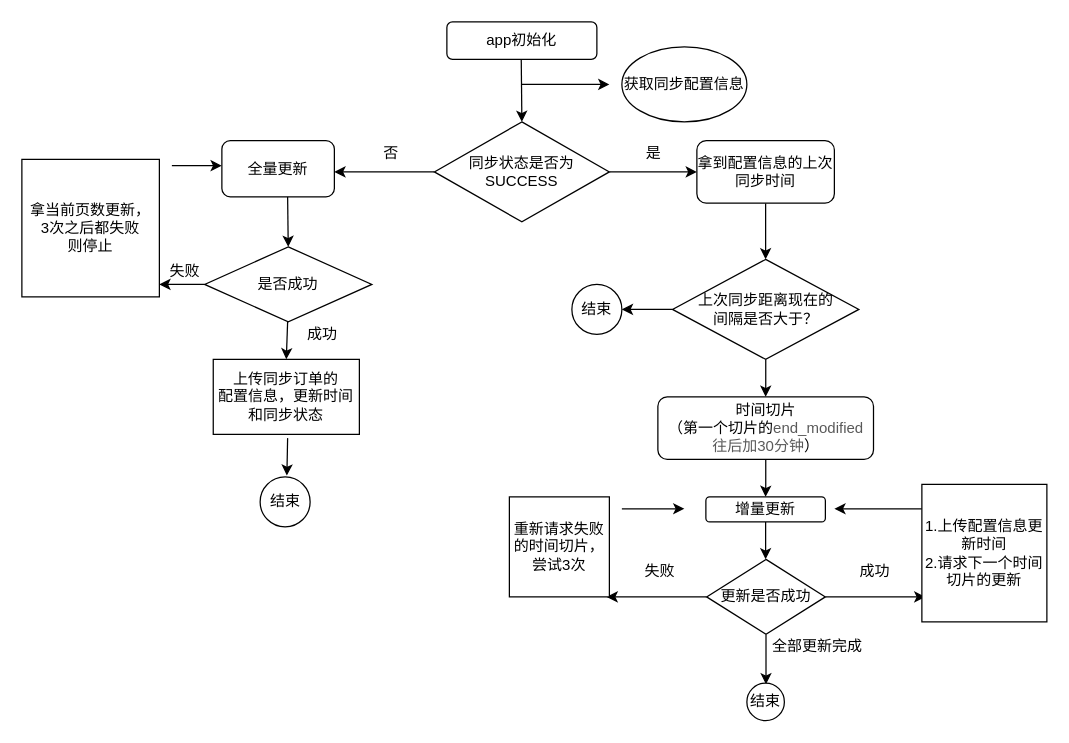
Above: views/同步订单.drawio in lys829/yiBlog (draw.io), before the change. Source tidied: cells renumbered, new cells numbered last; positions are measured from the earlier drawing's top-left corner, leaving out a move shared by most shapes. Both pictures are drawn from the tidied source at 125%, with x=0, y=0 at pixel (21, 21).
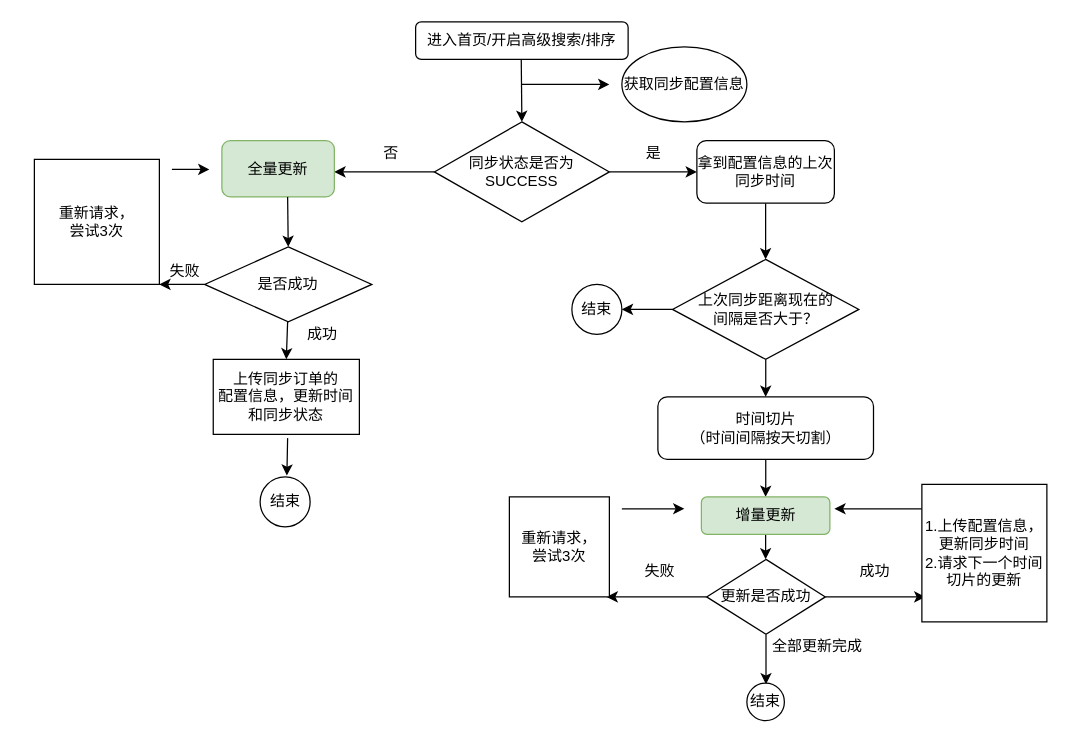
The same diagram, later.

Commit message:
更新同步订单.drawio

Change to the diagram source:
```diff
@@
-    <mxCell id="2" value="app初始化" style="rounded=1;whiteSpace=wrap;html=1;" parent="1" vertex="1">
-      <mxGeometry x="340" width="120" height="30" as="geometry" />
+    <mxCell id="2" value="进入首页/开启高级搜索/排序" style="rounded=1;whiteSpace=wrap;html=1;" parent="1" vertex="1">
+      <mxGeometry x="315" width="170" height="30" as="geometry" />
     </mxCell>
@@
-    <mxCell id="18" value="时间切片&lt;br&gt;（第一个切片的&lt;span style=&quot;color: rgba(0 , 0 , 0 , 0.65) ; font-family: &amp;#34;helvetica neue for number&amp;#34; , , , &amp;#34;segoe ui&amp;#34; , &amp;#34;roboto&amp;#34; , &amp;#34;pingfang sc&amp;#34; , &amp;#34;hiragino sans gb&amp;#34; , &amp;#34;microsoft yahei&amp;#34; , &amp;#34;helvetica neue&amp;#34; , &amp;#34;helvetica&amp;#34; , &amp;#34;arial&amp;#34; , sans-serif ; background-color: rgb(255 , 255 , 255)&quot;&gt;end_modified&lt;br&gt;往后加30分钟&lt;/span&gt;）" style="rounded=1;whiteSpace=wrap;html=1;" parent="1" vertex="1">
+    <mxCell id="18" value="时间切片&lt;br&gt;（时间间隔按天切割）" style="rounded=1;whiteSpace=wrap;html=1;" parent="1" vertex="1">
       <mxGeometry x="508.8" y="300" width="172.5" height="50" as="geometry" />
     </mxCell>
-    <mxCell id="19" style="edgeStyle=orthogonalEdgeStyle;rounded=0;jettySize=auto;html=1;" parent="1" edge="1" source="20">
+    <mxCell id="19" style="edgeStyle=orthogonalEdgeStyle;rounded=0;jettySize=auto;html=1;exitX=0.5;exitY=1;exitDx=0;exitDy=0;" parent="1" edge="1" source="20">
       <mxGeometry relative="1" as="geometry">
         <mxPoint x="595" y="430" as="targetPoint" />
       </mxGeometry>
     </mxCell>
-    <mxCell id="20" value="增量更新" style="rounded=1;whiteSpace=wrap;html=1;" parent="1" vertex="1">
-      <mxGeometry x="547.2" y="380" width="95.6" height="20" as="geometry" />
+    <mxCell id="20" value="增量更新" style="rounded=1;whiteSpace=wrap;html=1;fillColor=#d5e8d4;strokeColor=#82b366;" parent="1" vertex="1">
+      <mxGeometry x="543.6" y="380" width="102.8" height="30" as="geometry" />
     </mxCell>
@@
-    <mxCell id="28" value="1.上传配置信息更新时间&lt;br&gt;2.请求下一个时间切片的更新" style="rounded=0;whiteSpace=wrap;html=1;" parent="1" vertex="1">
+    <mxCell id="28" value="1.上传配置信息，更新同步时间&lt;br&gt;2.请求下一个时间切片的更新" style="rounded=0;whiteSpace=wrap;html=1;" parent="1" vertex="1">
       <mxGeometry x="720" y="370" width="100" height="110" as="geometry" />
     </mxCell>
-    <mxCell id="29" value="重新请求失败的时间切片，&lt;br&gt;尝试3次" style="whiteSpace=wrap;html=1;" parent="1" vertex="1">
+    <mxCell id="29" value="重新请求，&lt;br&gt;尝试3次" style="whiteSpace=wrap;html=1;" parent="1" vertex="1">
       <mxGeometry x="390" y="380" width="80" height="80" as="geometry" />
     </mxCell>
@@
-    <mxCell id="33" value="全量更新" style="rounded=1;whiteSpace=wrap;html=1;" parent="1" vertex="1">
+    <mxCell id="33" value="全量更新" style="rounded=1;whiteSpace=wrap;html=1;fillColor=#d5e8d4;strokeColor=#82b366;" parent="1" vertex="1">
       <mxGeometry x="160" y="95" width="90" height="45" as="geometry" />
     </mxCell>
@@
-    <mxCell id="37" value="拿当前页数更新，&lt;br&gt;3次之后都失败&lt;br&gt;则停止" style="whiteSpace=wrap;html=1;" parent="1" vertex="1">
-      <mxGeometry y="110" width="110" height="110" as="geometry" />
+    <mxCell id="37" value="重新请求，&lt;br&gt;尝试3次" style="whiteSpace=wrap;html=1;" parent="1" vertex="1">
+      <mxGeometry x="10" y="110" width="100" height="100" as="geometry" />
     </mxCell>
     <mxCell id="38" style="endArrow=classic;html=1;" parent="1" edge="1">
       <mxGeometry relative="1" as="geometry">
-        <mxPoint x="120" y="115" as="sourcePoint" />
-        <mxPoint x="159.9" y="115" as="targetPoint" />
+        <mxPoint x="120" y="118" as="sourcePoint" />
+        <mxPoint x="150" y="118" as="targetPoint" />
       </mxGeometry>
     </mxCell>
```
